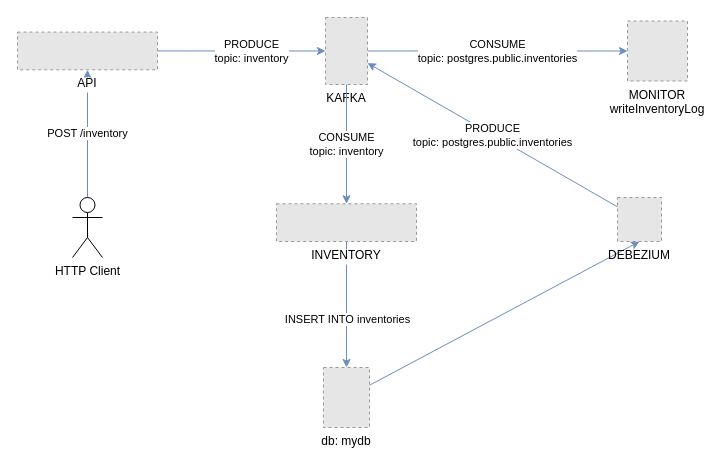
This is assets/diagram/systemArchitecture.drawio from rgomide/systems-integration-with-kafka, a draw.io file, before an edit. Source tidied: cells renumbered, new cells numbered last; positions are measured from the earlier drawing's top-left corner, leaving out a move shared by most shapes. Both pictures are drawn from the tidied source at 100%, with x=0, y=0 at pixel (17, 17). Pictures stored in the file or linked from it are replaced by grey dashed boxes.
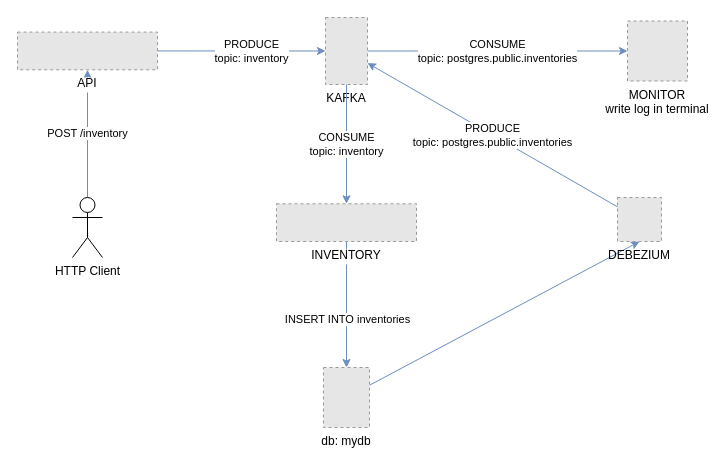
The same page after the edit.

The edit, as a diff of the source:
```diff
@@
 <mxGraphModel>
   <root>
     <mxCell id="0" />
     <mxCell id="1" parent="0" />
     <mxCell id="2" style="rounded=0;jettySize=auto;html=1;entryX=0.5;entryY=1;entryDx=0;entryDy=0;fillColor=#dae8fc;strokeColor=#6c8ebf;" parent="1" edge="1" source="3" target="14">
       <mxGeometry relative="1" as="geometry" />
     </mxCell>
     <mxCell id="3" value="db: mydb" style="fillColor=#E6E6E6;strokeColor=#999999;dashed=1;verticalLabelPosition=bottom;labelBackgroundColor=#ffffff;verticalAlign=top;" parent="1" vertex="1">
       <mxGeometry x="306" y="350" width="46" height="60" as="geometry" />
     </mxCell>
     <mxCell id="4" style="rounded=0;jettySize=auto;html=1;exitX=1;exitY=0.5;exitDx=0;exitDy=0;fillColor=#dae8fc;strokeColor=#6c8ebf;" parent="1" edge="1" source="10" target="9">
       <mxGeometry relative="1" as="geometry" />
     </mxCell>
     <mxCell id="5" value="PRODUCE&lt;br&gt;topic: inventory" style="edgeLabel;html=1;align=center;verticalAlign=middle;" parent="4" vertex="1">
       <mxGeometry x="0.12" relative="1" as="geometry" />
     </mxCell>
     <mxCell id="6" value="POST /inventory" style="rounded=0;jettySize=auto;html=1;entryX=0.5;entryY=1;entryDx=0;entryDy=0;strokeColor=#6c8ebf;fillColor=#dae8fc;" parent="1" edge="1" source="7" target="10">
       <mxGeometry relative="1" as="geometry" />
     </mxCell>
     <mxCell id="7" value="HTTP Client&lt;div&gt;&lt;br&gt;&lt;/div&gt;" style="shape=umlActor;verticalLabelPosition=bottom;verticalAlign=top;html=1;outlineConnect=0;" parent="1" vertex="1">
       <mxGeometry x="55" y="180" width="30" height="60" as="geometry" />
     </mxCell>
     <mxCell id="8" value="CONSUME&lt;br&gt;topic: postgres.public.inventories" style="rounded=0;jettySize=auto;html=1;fillColor=#dae8fc;strokeColor=#6c8ebf;" parent="1" edge="1" source="9" target="15">
       <mxGeometry relative="1" as="geometry" />
     </mxCell>
     <mxCell id="9" value="KAFKA" style="fillColor=#E6E6E6;strokeColor=#999999;dashed=1;verticalLabelPosition=bottom;labelBackgroundColor=#ffffff;verticalAlign=top;" parent="1" vertex="1">
       <mxGeometry x="308" width="42" height="67" as="geometry" />
     </mxCell>
     <mxCell id="10" value="API" style="fillColor=#E6E6E6;strokeColor=#999999;dashed=1;verticalLabelPosition=bottom;labelBackgroundColor=#ffffff;verticalAlign=top;" parent="1" vertex="1">
       <mxGeometry y="14.6" width="140" height="37.7" as="geometry" />
     </mxCell>
     <mxCell id="11" value="CONSUME&lt;br&gt;topic: inventory" style="rounded=0;jettySize=auto;html=1;fillColor=#dae8fc;strokeColor=#6c8ebf;" parent="1" edge="1" source="9" target="13">
       <mxGeometry relative="1" as="geometry" />
     </mxCell>
     <mxCell id="12" value="INSERT INTO inventories" style="edgeStyle=orthogonalEdgeStyle;rounded=0;jettySize=auto;html=1;fillColor=#dae8fc;strokeColor=#6c8ebf;" parent="1" edge="1" source="13" target="3">
       <mxGeometry x="0.24" y="1" relative="1" as="geometry" />
     </mxCell>
     <mxCell id="13" value="INVENTORY" style="fillColor=#E6E6E6;strokeColor=#999999;dashed=1;verticalLabelPosition=bottom;labelBackgroundColor=#ffffff;verticalAlign=top;" parent="1" vertex="1">
       <mxGeometry x="259" y="186.3" width="140" height="37.7" as="geometry" />
     </mxCell>
     <mxCell id="14" value="DEBEZIUM" style="fillColor=#E6E6E6;strokeColor=#999999;dashed=1;verticalLabelPosition=bottom;verticalAlign=top;" parent="1" vertex="1">
       <mxGeometry x="600" y="180" width="44" height="44" as="geometry" />
     </mxCell>
-    <mxCell id="15" value="MONITOR&#10;writeInventoryLog" style="fillColor=#E6E6E6;strokeColor=#999999;dashed=1;verticalLabelPosition=bottom;verticalAlign=top;" parent="1" vertex="1">
+    <mxCell id="15" value="MONITOR&#10;write log in terminal" style="fillColor=#E6E6E6;strokeColor=#999999;dashed=1;verticalLabelPosition=bottom;verticalAlign=top;" parent="1" vertex="1">
       <mxGeometry x="610" y="3.5" width="60" height="60" as="geometry" />
     </mxCell>
     <mxCell id="16" value="PRODUCE&lt;br&gt;topic: postgres.public.inventories" style="rounded=0;jettySize=auto;html=1;fillColor=#dae8fc;strokeColor=#6c8ebf;" parent="1" edge="1" source="14" target="9">
       <mxGeometry relative="1" as="geometry" />
     </mxCell>
   </root>
 </mxGraphModel>
```
